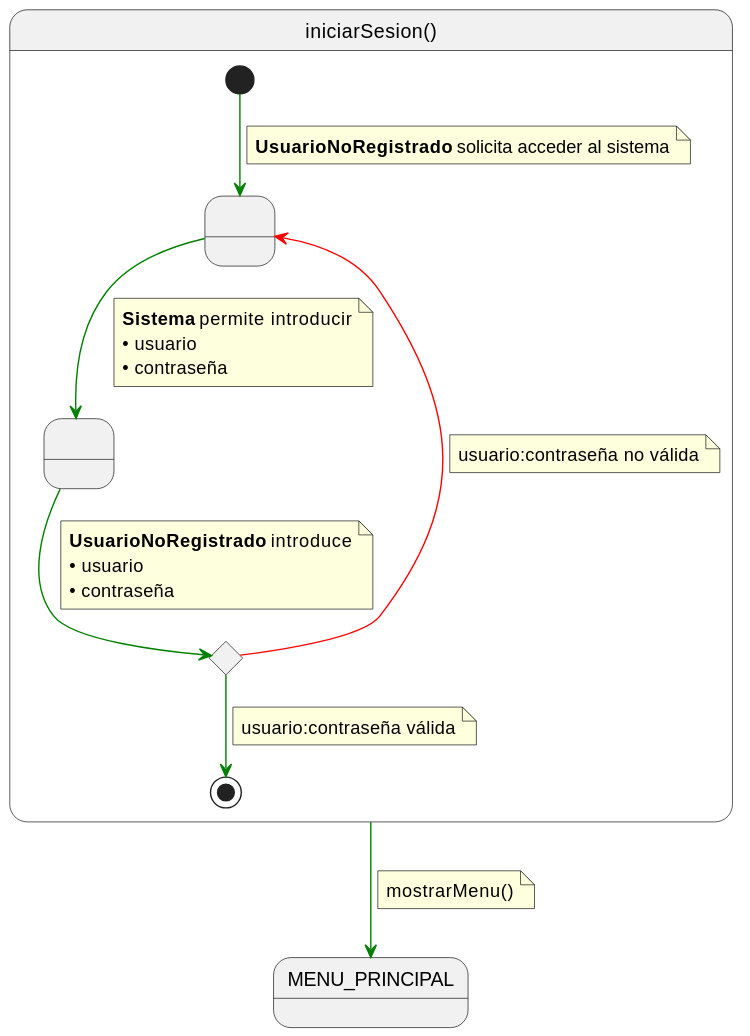
Before: images/01-Inception/casos-uso-detalle/iniciarSesion.svg, a diagram exported from PlantUML (Hexcss/scheduler).
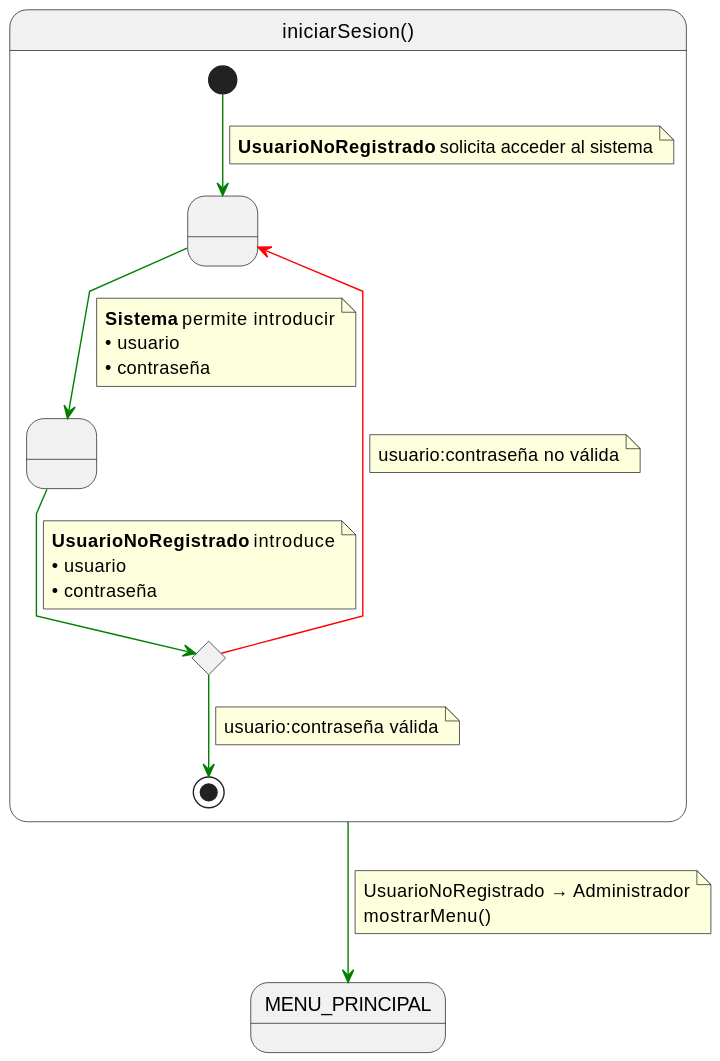
The same file after the commit.

Commit message:
feat:Actualizar el caso de uso IniciarSesion y diagramas

Change to the diagram source:
```diff
@@ -1,4 +1,6 @@
 @startuml
+skinparam linetype polyline
+
 state iniciarSesion as "iniciarSesion()" {
 
     state " " as SolicitandoAcceso
@@ -37,6 +39,7 @@
 
 iniciarSesion -[#green]-> MENU_PRINCIPAL
 note on link
+UsuarioNoRegistrado → Administrador
 mostrarMenu()
 end note
 @enduml
```
